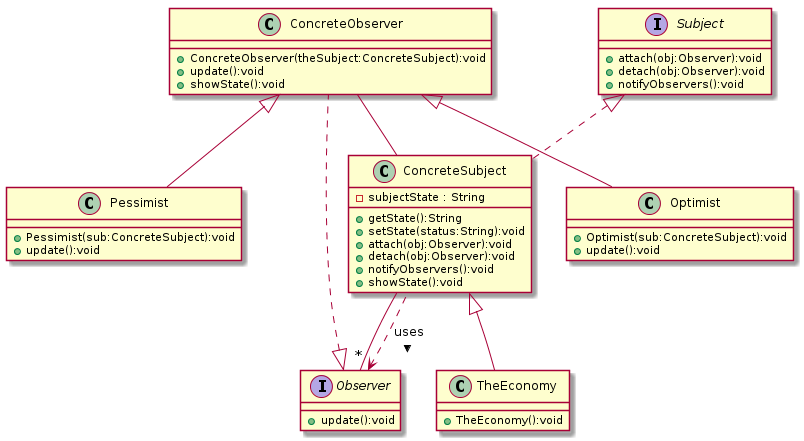
The PlantUML diagram Output-Diagrams/Class4.png in amitakamat/Amita-Kamat-CMPE-202, before a commit. Its diagram source:
```plantuml
@startuml
class Optimist {
+ Optimist(sub:ConcreteSubject):void
+ update():void
}
class ConcreteSubject {
-subjectState : String
+ getState():String
+ setState(status:String):void
+ attach(obj:Observer):void
+ detach(obj:Observer):void
+ notifyObservers():void
+ showState():void
}
class TheEconomy {
+ TheEconomy():void
}
interface Observer {
+ update():void
}
class ConcreteObserver {
+ ConcreteObserver(theSubject:ConcreteSubject):void
+ update():void
+ showState():void
}
interface Subject {
+ attach(obj:Observer):void
+ detach(obj:Observer):void
+ notifyObservers():void
}
class Pessimist {
+ Pessimist(sub:ConcreteSubject):void
+ update():void
}
ConcreteObserver <|-- Optimist
Subject <|.. ConcreteSubject
Observer <.. ConcreteSubject : < uses
ConcreteSubject --"*" Observer
ConcreteSubject <|-- TheEconomy
Observer <|.. ConcreteObserver
ConcreteObserver -- ConcreteSubject
ConcreteObserver <|-- Pessimist
@enduml
```
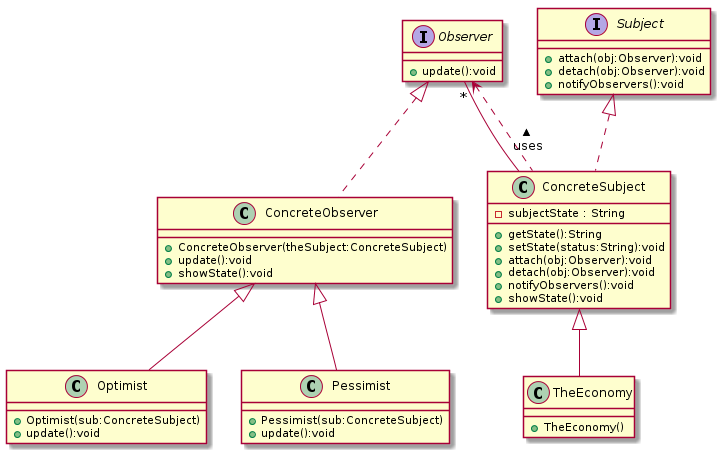
The same file after the commit.

Commit message:
Remove return type for constructors in diagram.

What changed in the source:
```diff
@@ -1,6 +1,6 @@
 @startuml
 class Optimist {
-+ Optimist(sub:ConcreteSubject):void
++ Optimist(sub:ConcreteSubject)
 + update():void
 }
 class ConcreteSubject {
@@ -13,13 +13,13 @@
 + showState():void
 }
 class TheEconomy {
-+ TheEconomy():void
++ TheEconomy()
 }
 interface Observer {
 + update():void
 }
 class ConcreteObserver {
-+ ConcreteObserver(theSubject:ConcreteSubject):void
++ ConcreteObserver(theSubject:ConcreteSubject)
 + update():void
 + showState():void
 }
@@ -29,7 +29,7 @@
 + notifyObservers():void
 }
 class Pessimist {
-+ Pessimist(sub:ConcreteSubject):void
++ Pessimist(sub:ConcreteSubject)
 + update():void
 }
 ConcreteObserver <|-- Optimist
@@ -38,6 +38,5 @@
 ConcreteSubject --"*" Observer
 ConcreteSubject <|-- TheEconomy
 Observer <|.. ConcreteObserver
-ConcreteObserver -- ConcreteSubject
 ConcreteObserver <|-- Pessimist
 @enduml
```
